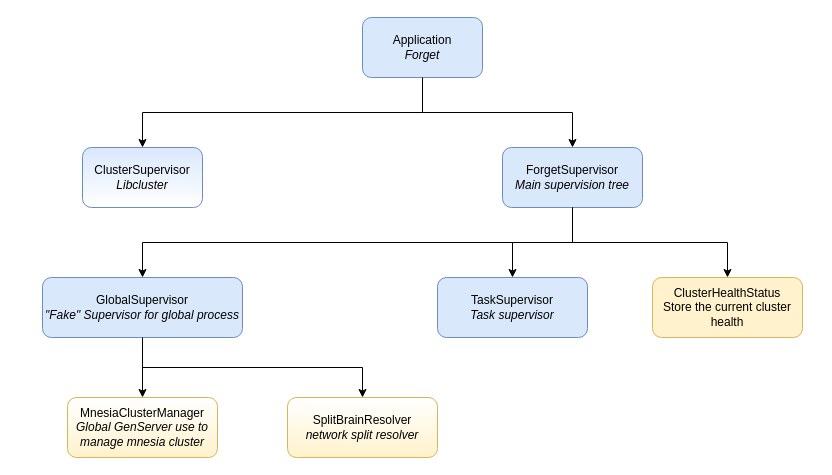
The draw.io diagram archi.drawio in MaethorNaur/forget, before the edit. Source tidied: cells renumbered, new cells numbered last; positions are measured from the earlier drawing's top-left corner, leaving out a move shared by most shapes. Both pictures are drawn from the tidied source at 100%, with x=0, y=0 at pixel (42, 17).
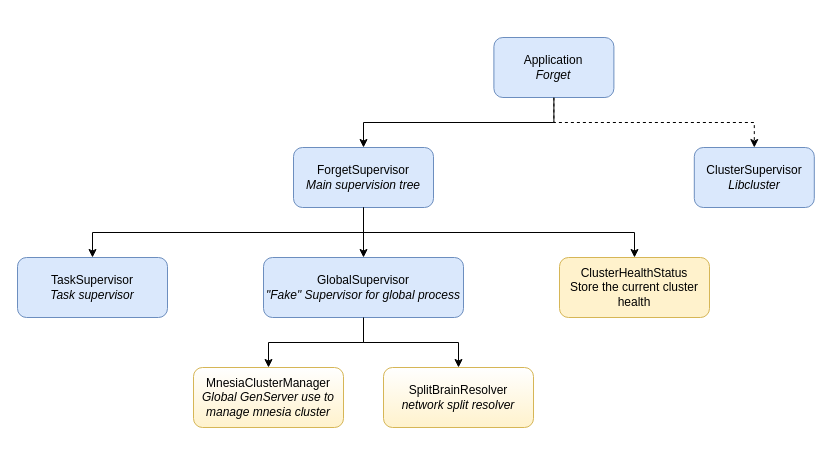
Above is the later version.

What changed in the source:
```diff
@@
 <mxGraphModel>
   <root>
     <mxCell id="0" />
     <mxCell id="1" parent="0" />
-    <mxCell id="2" style="edgeStyle=orthogonalEdgeStyle;rounded=0;jettySize=auto;html=1;exitX=0.5;exitY=1;exitDx=0;exitDy=0;" parent="1" edge="1" source="3" target="5">
+    <mxCell id="2" style="edgeStyle=orthogonalEdgeStyle;rounded=0;jettySize=auto;html=1;exitX=0.5;exitY=1;exitDx=0;exitDy=0;dashed=1;" parent="1" edge="1" source="3" target="5">
       <mxGeometry relative="1" as="geometry" />
     </mxCell>
     <mxCell id="3" value="Application&lt;br&gt;&lt;i&gt;Forget&lt;/i&gt;" style="rounded=1;whiteSpace=wrap;html=1;fillColor=#dae8fc;strokeColor=#6c8ebf;" parent="1" vertex="1">
-      <mxGeometry x="320" width="120" height="60" as="geometry" />
+      <mxGeometry x="451.4" y="20" width="120" height="60" as="geometry" />
     </mxCell>
     <mxCell id="4" style="edgeStyle=orthogonalEdgeStyle;rounded=0;jettySize=auto;html=1;exitX=0.5;exitY=1;exitDx=0;exitDy=0;" parent="1" edge="1" source="3" target="7">
       <mxGeometry relative="1" as="geometry" />
     </mxCell>
-    <mxCell id="5" value="ClusterSupervisor&lt;br&gt;&lt;i&gt;Libcluster&lt;/i&gt;" style="rounded=1;whiteSpace=wrap;html=1;fillColor=#dae8fc;strokeColor=#6c8ebf;gradientColor=#ffffff;gradientDirection=south;" parent="1" vertex="1">
-      <mxGeometry x="40" y="130" width="120" height="60" as="geometry" />
+    <mxCell id="5" value="ClusterSupervisor&lt;br&gt;&lt;i&gt;Libcluster&lt;/i&gt;" style="rounded=1;whiteSpace=wrap;html=1;fillColor=#dae8fc;strokeColor=#6c8ebf;gradientColor=none;gradientDirection=south;" parent="1" vertex="1">
+      <mxGeometry x="651.8" y="130" width="120" height="60" as="geometry" />
     </mxCell>
     <mxCell id="6" style="edgeStyle=orthogonalEdgeStyle;rounded=0;jettySize=auto;html=1;exitX=0.5;exitY=1;exitDx=0;exitDy=0;" parent="1" edge="1" source="7" target="9">
       <mxGeometry relative="1" as="geometry" />
     </mxCell>
     <mxCell id="7" value="ForgetSupervisor&lt;br&gt;&lt;i&gt;Main supervision tree&lt;/i&gt;" style="rounded=1;whiteSpace=wrap;html=1;fillColor=#dae8fc;strokeColor=#6c8ebf;" parent="1" vertex="1">
-      <mxGeometry x="460" y="130" width="140" height="60" as="geometry" />
+      <mxGeometry x="251" y="130" width="140" height="60" as="geometry" />
     </mxCell>
     <mxCell id="8" style="edgeStyle=orthogonalEdgeStyle;rounded=0;jettySize=auto;html=1;" parent="1" edge="1" source="9" target="10">
       <mxGeometry relative="1" as="geometry" />
     </mxCell>
     <mxCell id="9" value="GlobalSupervisor&lt;br&gt;&lt;i&gt;&quot;Fake&quot; Supervisor for global process&lt;/i&gt;" style="rounded=1;whiteSpace=wrap;html=1;fillColor=#dae8fc;strokeColor=#6c8ebf;" parent="1" vertex="1">
-      <mxGeometry y="260" width="200" height="60" as="geometry" />
+      <mxGeometry x="221" y="240" width="200" height="60" as="geometry" />
     </mxCell>
     <mxCell id="10" value="MnesiaClusterManager&lt;br&gt;&lt;i&gt;Global GenServer use to manage mnesia cluster&lt;/i&gt;" style="rounded=1;whiteSpace=wrap;html=1;fillColor=#fff2cc;strokeColor=#d6b656;gradientColor=#ffffff;gradientDirection=north;" parent="1" vertex="1">
-      <mxGeometry x="25" y="380" width="150" height="60" as="geometry" />
+      <mxGeometry x="151" y="350" width="150" height="60" as="geometry" />
     </mxCell>
     <mxCell id="11" style="edgeStyle=orthogonalEdgeStyle;rounded=0;jettySize=auto;html=1;exitX=0.5;exitY=1;exitDx=0;exitDy=0;" parent="1" edge="1" source="7" target="15">
       <mxGeometry relative="1" as="geometry" />
     </mxCell>
     <mxCell id="12" style="edgeStyle=orthogonalEdgeStyle;rounded=0;jettySize=auto;html=1;exitX=0.5;exitY=1;exitDx=0;exitDy=0;" parent="1" edge="1" source="7" target="13">
       <mxGeometry relative="1" as="geometry" />
     </mxCell>
     <mxCell id="13" value="TaskSupervisor&lt;br&gt;&lt;i&gt;Task supervisor&lt;/i&gt;" style="rounded=1;whiteSpace=wrap;html=1;fillColor=#dae8fc;strokeColor=#6c8ebf;" parent="1" vertex="1">
-      <mxGeometry x="395" y="260" width="150" height="60" as="geometry" />
+      <mxGeometry x="-25" y="240" width="150" height="60" as="geometry" />
     </mxCell>
     <mxCell id="14" style="edgeStyle=orthogonalEdgeStyle;rounded=0;jettySize=auto;html=1;exitX=0.5;exitY=1;exitDx=0;exitDy=0;entryX=0.5;entryY=0;entryDx=0;entryDy=0;" parent="1" edge="1" source="9" target="16">
       <mxGeometry relative="1" as="geometry" />
     </mxCell>
     <mxCell id="15" value="ClusterHealthStatus&lt;br&gt;Store the current cluster health" style="rounded=1;whiteSpace=wrap;html=1;fillColor=#fff2cc;strokeColor=#d6b656;" parent="1" vertex="1">
-      <mxGeometry x="610" y="260" width="150" height="60" as="geometry" />
+      <mxGeometry x="517" y="240" width="150" height="60" as="geometry" />
     </mxCell>
     <mxCell id="16" value="SplitBrainResolver&lt;br&gt;&lt;i&gt;network split resolver&lt;/i&gt;" style="rounded=1;whiteSpace=wrap;html=1;fillColor=#fff2cc;strokeColor=#d6b656;gradientColor=#ffffff;gradientDirection=north;" parent="1" vertex="1">
-      <mxGeometry x="245" y="380" width="150" height="60" as="geometry" />
+      <mxGeometry x="341" y="350" width="150" height="60" as="geometry" />
     </mxCell>
   </root>
 </mxGraphModel>
```
